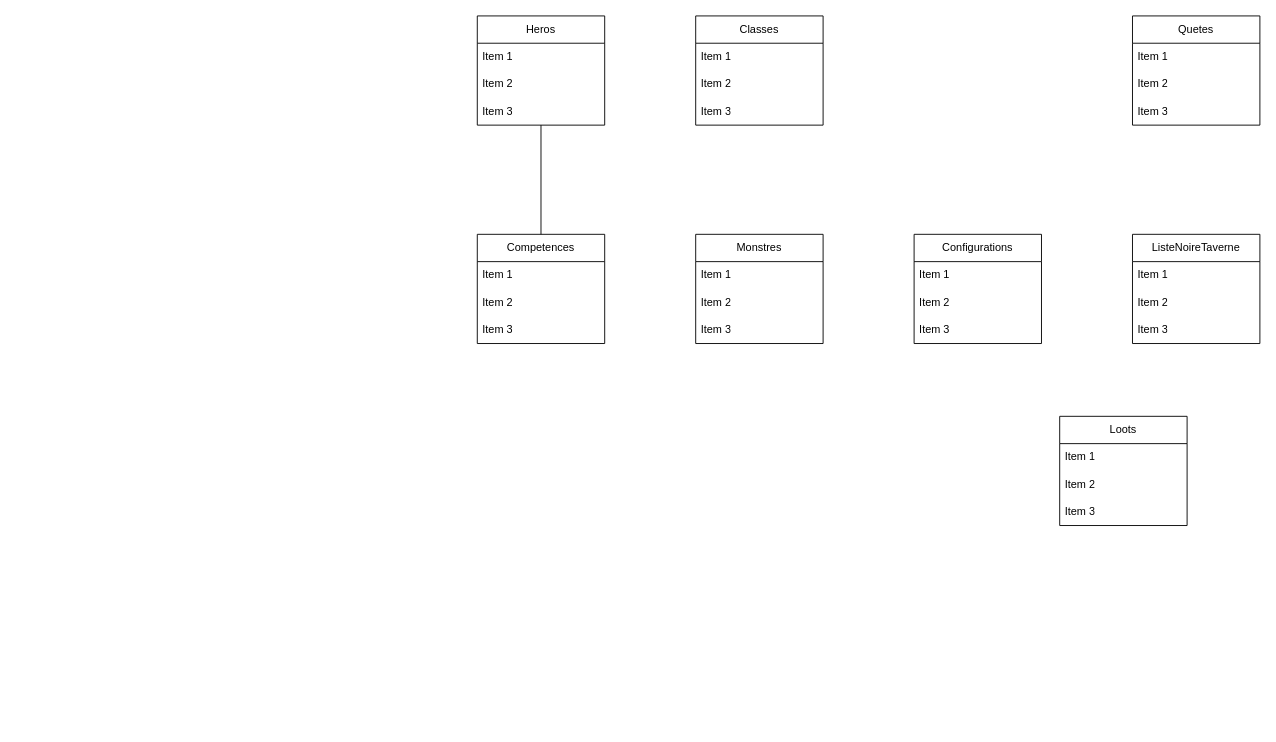
This is BASE_DE_DONNEES_RELATIONNELLE/TP2/2539709.drawio from pedjaceli/Cegep-S2, a draw.io file, before an edit. Source tidied: cells renumbered, new cells numbered last; positions are measured from the earlier drawing's top-left corner, leaving out a move shared by most shapes. Both pictures are drawn from the tidied source at 91%, with x=0, y=0 at pixel (477, 15).
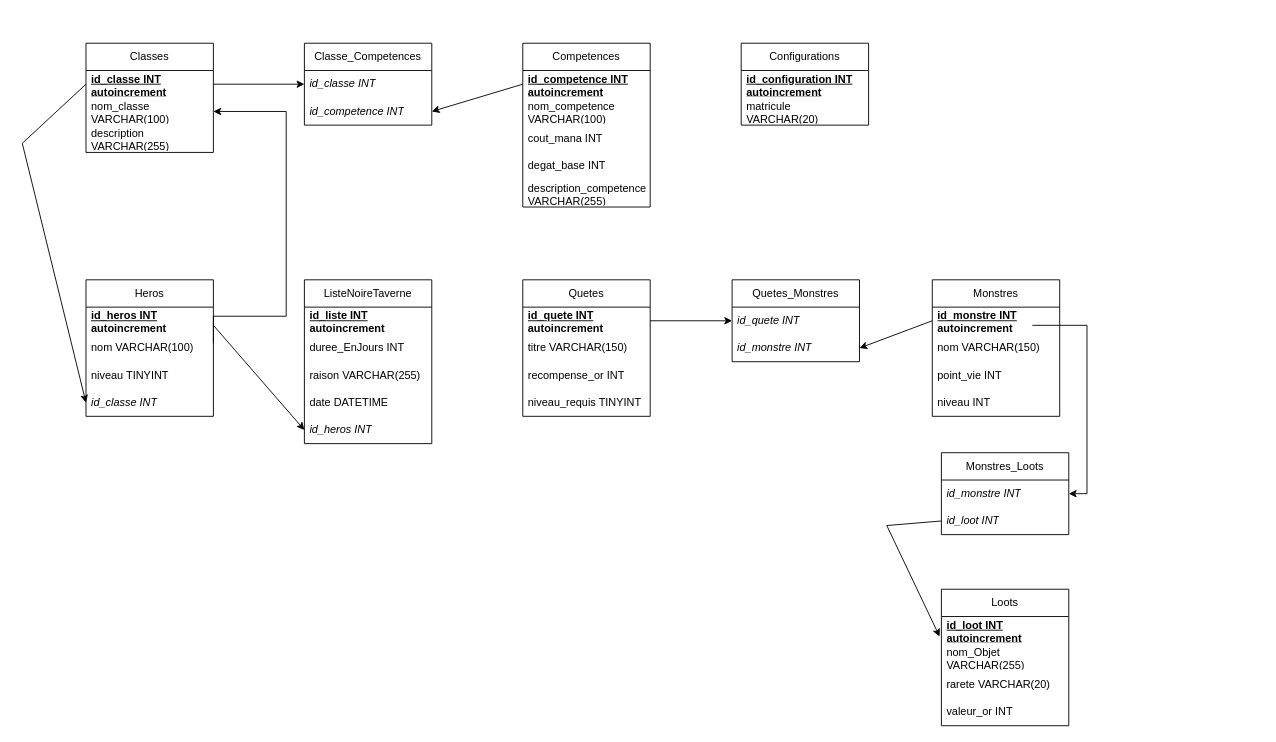
The same page after the edit.

The edit, as a diff of the source:
```diff
@@
     <mxCell id="2" value="Heros" style="swimlane;fontStyle=0;horizontal=1;startSize=30;whiteSpace=wrap;html=1;" parent="1" vertex="1">
-      <mxGeometry width="140" height="120" as="geometry" />
+      <mxGeometry x="-430" y="290" width="140" height="150" as="geometry" />
     </mxCell>
-    <mxCell id="3" value="Item 1" style="text;strokeColor=none;fillColor=none;align=left;verticalAlign=middle;spacingLeft=4;spacingRight=4;overflow=hidden;whiteSpace=wrap;html=1;" parent="2" vertex="1">
-      <mxGeometry y="30" width="140" height="30" as="geometry" />
-    </mxCell>
-    <mxCell id="4" value="Item 2" style="text;strokeColor=none;fillColor=none;align=left;verticalAlign=middle;spacingLeft=4;spacingRight=4;overflow=hidden;whiteSpace=wrap;html=1;" parent="2" vertex="1">
-      <mxGeometry y="60" width="140" height="30" as="geometry" />
+    <mxCell id="4" value="&lt;u&gt;&lt;b&gt;id_heros INT autoincrement&lt;/b&gt;&lt;/u&gt;" style="text;strokeColor=none;fillColor=none;align=left;verticalAlign=middle;spacingLeft=4;spacingRight=4;overflow=hidden;whiteSpace=wrap;html=1;" parent="2" vertex="1">
+      <mxGeometry y="30" width="140" height="30" as="geometry" />
     </mxCell>
-    <mxCell id="5" value="Item 3" style="text;strokeColor=none;fillColor=none;align=left;verticalAlign=middle;spacingLeft=4;spacingRight=4;overflow=hidden;whiteSpace=wrap;html=1;" parent="2" vertex="1">
-      <mxGeometry y="90" width="140" height="30" as="geometry" />
-    </mxCell>
+    <mxCell id="35" value="nom VARCHAR(100)" style="text;strokeColor=none;fillColor=none;align=left;verticalAlign=middle;spacingLeft=4;spacingRight=4;overflow=hidden;whiteSpace=wrap;html=1;" parent="2" vertex="1">
+      <mxGeometry y="60" width="140" height="30" as="geometry" />
+    </mxCell>
+    <mxCell id="36" value="niveau TINYINT" style="text;strokeColor=none;fillColor=none;align=left;verticalAlign=middle;spacingLeft=4;spacingRight=4;overflow=hidden;whiteSpace=wrap;html=1;" parent="2" vertex="1">
+      <mxGeometry y="90" width="140" height="30" as="geometry" />
+    </mxCell>
+    <mxCell id="37" value="&lt;i&gt;id_classe INT&lt;/i&gt;" style="text;strokeColor=none;fillColor=none;align=left;verticalAlign=middle;spacingLeft=4;spacingRight=4;overflow=hidden;points=[[0,0.5],[1,0.5]];portConstraint=eastwest;whiteSpace=wrap;html=1;" parent="2" vertex="1">
+      <mxGeometry y="120" width="140" height="30" as="geometry" />
+    </mxCell>
     <mxCell id="6" value="Classes" style="swimlane;fontStyle=0;horizontal=1;startSize=30;whiteSpace=wrap;html=1;" parent="1" vertex="1">
-      <mxGeometry x="240" width="140" height="120" as="geometry" />
+      <mxGeometry x="-430" y="30" width="140" height="120" as="geometry" />
     </mxCell>
-    <mxCell id="7" value="Item 1" style="text;strokeColor=none;fillColor=none;align=left;verticalAlign=middle;spacingLeft=4;spacingRight=4;overflow=hidden;points=[[0,0.5],[1,0.5]];portConstraint=eastwest;whiteSpace=wrap;html=1;" parent="6" vertex="1">
+    <mxCell id="7" value="&lt;b&gt;&lt;u&gt;id_classe INT autoincrement&lt;/u&gt;&lt;/b&gt;" style="text;strokeColor=none;fillColor=none;align=left;verticalAlign=middle;spacingLeft=4;spacingRight=4;overflow=hidden;points=[[0,0.5],[1,0.5]];portConstraint=eastwest;whiteSpace=wrap;html=1;" parent="6" vertex="1">
       <mxGeometry y="30" width="140" height="30" as="geometry" />
     </mxCell>
-    <mxCell id="8" value="Item 2" style="text;strokeColor=none;fillColor=none;align=left;verticalAlign=middle;spacingLeft=4;spacingRight=4;overflow=hidden;points=[[0,0.5],[1,0.5]];portConstraint=eastwest;whiteSpace=wrap;html=1;" parent="6" vertex="1">
+    <mxCell id="8" value="nom_classe VARCHAR(100)" style="text;strokeColor=none;fillColor=none;align=left;verticalAlign=middle;spacingLeft=4;spacingRight=4;overflow=hidden;points=[[0,0.5],[1,0.5]];portConstraint=eastwest;whiteSpace=wrap;html=1;" parent="6" vertex="1">
       <mxGeometry y="60" width="140" height="30" as="geometry" />
     </mxCell>
-    <mxCell id="9" value="Item 3" style="text;strokeColor=none;fillColor=none;align=left;verticalAlign=middle;spacingLeft=4;spacingRight=4;overflow=hidden;whiteSpace=wrap;html=1;" parent="6" vertex="1">
-      <mxGeometry y="90" width="140" height="30" as="geometry" />
-    </mxCell>
+    <mxCell id="38" value="description VARCHAR(255)" style="text;strokeColor=none;fillColor=none;align=left;verticalAlign=middle;spacingLeft=4;spacingRight=4;overflow=hidden;whiteSpace=wrap;html=1;" parent="6" vertex="1">
+      <mxGeometry y="90" width="140" height="30" as="geometry" />
+    </mxCell>
     <mxCell id="10" value="Competences" style="swimlane;fontStyle=0;horizontal=1;startSize=30;whiteSpace=wrap;html=1;" parent="1" vertex="1">
-      <mxGeometry y="240" width="140" height="120" as="geometry" />
+      <mxGeometry x="50" y="30" width="140" height="180" as="geometry" />
     </mxCell>
-    <mxCell id="11" value="Item 1" style="text;strokeColor=none;fillColor=none;align=left;verticalAlign=middle;spacingLeft=4;spacingRight=4;overflow=hidden;points=[[0,0.5],[1,0.5]];portConstraint=eastwest;whiteSpace=wrap;html=1;" parent="10" vertex="1">
+    <mxCell id="11" value="&lt;u&gt;&lt;b&gt;id_competence INT autoincrement&lt;/b&gt;&lt;/u&gt;" style="text;strokeColor=none;fillColor=none;align=left;verticalAlign=middle;spacingLeft=4;spacingRight=4;overflow=hidden;points=[[0,0.5],[1,0.5]];portConstraint=eastwest;whiteSpace=wrap;html=1;" parent="10" vertex="1">
       <mxGeometry y="30" width="140" height="30" as="geometry" />
     </mxCell>
-    <mxCell id="12" value="Item 2" style="text;strokeColor=none;fillColor=none;align=left;verticalAlign=middle;spacingLeft=4;spacingRight=4;overflow=hidden;whiteSpace=wrap;html=1;" parent="10" vertex="1">
+    <mxCell id="12" value="nom_competence VARCHAR(100)" style="text;strokeColor=none;fillColor=none;align=left;verticalAlign=middle;spacingLeft=4;spacingRight=4;overflow=hidden;whiteSpace=wrap;html=1;" parent="10" vertex="1">
       <mxGeometry y="60" width="140" height="30" as="geometry" />
     </mxCell>
-    <mxCell id="13" value="Item 3" style="text;strokeColor=none;fillColor=none;align=left;verticalAlign=middle;spacingLeft=4;spacingRight=4;overflow=hidden;whiteSpace=wrap;html=1;" parent="10" vertex="1">
+    <mxCell id="13" value="cout_mana INT" style="text;strokeColor=none;fillColor=none;align=left;verticalAlign=middle;spacingLeft=4;spacingRight=4;overflow=hidden;whiteSpace=wrap;html=1;" parent="10" vertex="1">
       <mxGeometry y="90" width="140" height="30" as="geometry" />
     </mxCell>
+    <mxCell id="39" value="degat_base INT" style="text;strokeColor=none;fillColor=none;align=left;verticalAlign=middle;spacingLeft=4;spacingRight=4;overflow=hidden;whiteSpace=wrap;html=1;" parent="10" vertex="1">
+      <mxGeometry y="120" width="140" height="30" as="geometry" />
+    </mxCell>
+    <mxCell id="40" value="description_competence VARCHAR(255)" style="text;strokeColor=none;fillColor=none;align=left;verticalAlign=middle;spacingLeft=4;spacingRight=4;overflow=hidden;whiteSpace=wrap;html=1;" parent="10" vertex="1">
+      <mxGeometry y="150" width="140" height="30" as="geometry" />
+    </mxCell>
     <mxCell id="14" value="Quetes" style="swimlane;fontStyle=0;horizontal=1;startSize=30;whiteSpace=wrap;html=1;" parent="1" vertex="1">
-      <mxGeometry x="720" width="140" height="120" as="geometry" />
+      <mxGeometry x="50" y="290" width="140" height="150" as="geometry" />
     </mxCell>
-    <mxCell id="15" value="Item 1" style="text;strokeColor=none;fillColor=none;align=left;verticalAlign=middle;spacingLeft=4;spacingRight=4;overflow=hidden;points=[[0,0.5],[1,0.5]];portConstraint=eastwest;whiteSpace=wrap;html=1;" parent="14" vertex="1">
+    <mxCell id="15" value="&lt;b&gt;&lt;u&gt;id_quete INT autoincrement&lt;/u&gt;&lt;/b&gt;" style="text;strokeColor=none;fillColor=none;align=left;verticalAlign=middle;spacingLeft=4;spacingRight=4;overflow=hidden;points=[[0,0.5],[1,0.5]];portConstraint=eastwest;whiteSpace=wrap;html=1;" parent="14" vertex="1">
       <mxGeometry y="30" width="140" height="30" as="geometry" />
     </mxCell>
-    <mxCell id="16" value="Item 2" style="text;strokeColor=none;fillColor=none;align=left;verticalAlign=middle;spacingLeft=4;spacingRight=4;overflow=hidden;whiteSpace=wrap;html=1;" parent="14" vertex="1">
+    <mxCell id="16" value="titre VARCHAR(150)" style="text;strokeColor=none;fillColor=none;align=left;verticalAlign=middle;spacingLeft=4;spacingRight=4;overflow=hidden;whiteSpace=wrap;html=1;" parent="14" vertex="1">
       <mxGeometry y="60" width="140" height="30" as="geometry" />
     </mxCell>
-    <mxCell id="17" value="Item 3" style="text;strokeColor=none;fillColor=none;align=left;verticalAlign=middle;spacingLeft=4;spacingRight=4;overflow=hidden;whiteSpace=wrap;html=1;" parent="14" vertex="1">
+    <mxCell id="17" value="recompense_or INT" style="text;strokeColor=none;fillColor=none;align=left;verticalAlign=middle;spacingLeft=4;spacingRight=4;overflow=hidden;whiteSpace=wrap;html=1;" parent="14" vertex="1">
       <mxGeometry y="90" width="140" height="30" as="geometry" />
     </mxCell>
+    <mxCell id="41" value="niveau_requis TINYINT" style="text;strokeColor=none;fillColor=none;align=left;verticalAlign=middle;spacingLeft=4;spacingRight=4;overflow=hidden;whiteSpace=wrap;html=1;" parent="14" vertex="1">
+      <mxGeometry y="120" width="140" height="30" as="geometry" />
+    </mxCell>
     <mxCell id="18" value="Loots" style="swimlane;fontStyle=0;horizontal=1;startSize=30;whiteSpace=wrap;html=1;" parent="1" vertex="1">
-      <mxGeometry x="640" y="440" width="140" height="120" as="geometry" />
+      <mxGeometry x="510" y="630" width="140" height="150" as="geometry" />
     </mxCell>
-    <mxCell id="19" value="Item 1" style="text;strokeColor=none;fillColor=none;align=left;verticalAlign=middle;spacingLeft=4;spacingRight=4;overflow=hidden;points=[[0,0.5],[1,0.5]];portConstraint=eastwest;whiteSpace=wrap;html=1;" parent="18" vertex="1">
+    <mxCell id="19" value="&lt;u&gt;&lt;b&gt;id_loot INT autoincrement&lt;/b&gt;&lt;/u&gt;" style="text;strokeColor=none;fillColor=none;align=left;verticalAlign=middle;spacingLeft=4;spacingRight=4;overflow=hidden;points=[[0,0.5],[1,0.5]];portConstraint=eastwest;whiteSpace=wrap;html=1;" parent="18" vertex="1">
       <mxGeometry y="30" width="140" height="30" as="geometry" />
     </mxCell>
-    <mxCell id="20" value="Item 2" style="text;strokeColor=none;fillColor=none;align=left;verticalAlign=middle;spacingLeft=4;spacingRight=4;overflow=hidden;whiteSpace=wrap;html=1;" parent="18" vertex="1">
+    <mxCell id="20" value="nom_Objet VARCHAR(255)" style="text;strokeColor=none;fillColor=none;align=left;verticalAlign=middle;spacingLeft=4;spacingRight=4;overflow=hidden;whiteSpace=wrap;html=1;" parent="18" vertex="1">
       <mxGeometry y="60" width="140" height="30" as="geometry" />
     </mxCell>
-    <mxCell id="21" value="Item 3" style="text;strokeColor=none;fillColor=none;align=left;verticalAlign=middle;spacingLeft=4;spacingRight=4;overflow=hidden;whiteSpace=wrap;html=1;" parent="18" vertex="1">
+    <mxCell id="21" value="rarete VARCHAR(20)" style="text;strokeColor=none;fillColor=none;align=left;verticalAlign=middle;spacingLeft=4;spacingRight=4;overflow=hidden;whiteSpace=wrap;html=1;" parent="18" vertex="1">
       <mxGeometry y="90" width="140" height="30" as="geometry" />
     </mxCell>
+    <mxCell id="42" value="valeur_or INT" style="text;strokeColor=none;fillColor=none;align=left;verticalAlign=middle;spacingLeft=4;spacingRight=4;overflow=hidden;whiteSpace=wrap;html=1;" parent="18" vertex="1">
+      <mxGeometry y="120" width="140" height="30" as="geometry" />
+    </mxCell>
     <mxCell id="22" value="Monstres" style="swimlane;fontStyle=0;horizontal=1;startSize=30;whiteSpace=wrap;html=1;" parent="1" vertex="1">
-      <mxGeometry x="240" y="240" width="140" height="120" as="geometry" />
+      <mxGeometry x="500" y="290" width="140" height="150" as="geometry" />
     </mxCell>
-    <mxCell id="23" value="Item 1" style="text;strokeColor=none;fillColor=none;align=left;verticalAlign=middle;spacingLeft=4;spacingRight=4;overflow=hidden;points=[[0,0.5],[1,0.5]];portConstraint=eastwest;whiteSpace=wrap;html=1;" parent="22" vertex="1">
+    <mxCell id="23" value="&lt;b&gt;&lt;u&gt;id_monstre INT autoincrement&lt;/u&gt;&lt;/b&gt;" style="text;strokeColor=none;fillColor=none;align=left;verticalAlign=middle;spacingLeft=4;spacingRight=4;overflow=hidden;points=[[0,0.5],[1,0.5]];portConstraint=eastwest;whiteSpace=wrap;html=1;" parent="22" vertex="1">
       <mxGeometry y="30" width="140" height="30" as="geometry" />
     </mxCell>
-    <mxCell id="24" value="Item 2" style="text;strokeColor=none;fillColor=none;align=left;verticalAlign=middle;spacingLeft=4;spacingRight=4;overflow=hidden;whiteSpace=wrap;html=1;" parent="22" vertex="1">
+    <mxCell id="24" value="nom VARCHAR(150)" style="text;strokeColor=none;fillColor=none;align=left;verticalAlign=middle;spacingLeft=4;spacingRight=4;overflow=hidden;whiteSpace=wrap;html=1;" parent="22" vertex="1">
       <mxGeometry y="60" width="140" height="30" as="geometry" />
     </mxCell>
-    <mxCell id="25" value="Item 3" style="text;strokeColor=none;fillColor=none;align=left;verticalAlign=middle;spacingLeft=4;spacingRight=4;overflow=hidden;whiteSpace=wrap;html=1;" parent="22" vertex="1">
+    <mxCell id="25" value="point_vie INT" style="text;strokeColor=none;fillColor=none;align=left;verticalAlign=middle;spacingLeft=4;spacingRight=4;overflow=hidden;whiteSpace=wrap;html=1;" parent="22" vertex="1">
       <mxGeometry y="90" width="140" height="30" as="geometry" />
     </mxCell>
+    <mxCell id="43" value="niveau INT" style="text;strokeColor=none;fillColor=none;align=left;verticalAlign=middle;spacingLeft=4;spacingRight=4;overflow=hidden;whiteSpace=wrap;html=1;" parent="22" vertex="1">
+      <mxGeometry y="120" width="140" height="30" as="geometry" />
+    </mxCell>
     <mxCell id="26" value="Configurations" style="swimlane;fontStyle=0;horizontal=1;startSize=30;whiteSpace=wrap;html=1;" parent="1" vertex="1">
-      <mxGeometry x="480" y="240" width="140" height="120" as="geometry" />
+      <mxGeometry x="290" y="30" width="140" height="90" as="geometry" />
     </mxCell>
-    <mxCell id="27" value="Item 1" style="text;strokeColor=none;fillColor=none;align=left;verticalAlign=middle;spacingLeft=4;spacingRight=4;overflow=hidden;whiteSpace=wrap;html=1;" parent="26" vertex="1">
+    <mxCell id="27" value="&lt;u&gt;&lt;b&gt;id_configuration INT autoincrement&lt;/b&gt;&lt;/u&gt;" style="text;strokeColor=none;fillColor=none;align=left;verticalAlign=middle;spacingLeft=4;spacingRight=4;overflow=hidden;whiteSpace=wrap;html=1;" parent="26" vertex="1">
       <mxGeometry y="30" width="140" height="30" as="geometry" />
     </mxCell>
-    <mxCell id="28" value="Item 2" style="text;strokeColor=none;fillColor=none;align=left;verticalAlign=middle;spacingLeft=4;spacingRight=4;overflow=hidden;whiteSpace=wrap;html=1;" parent="26" vertex="1">
+    <mxCell id="28" value="matricule VARCHAR(20)" style="text;strokeColor=none;fillColor=none;align=left;verticalAlign=middle;spacingLeft=4;spacingRight=4;overflow=hidden;whiteSpace=wrap;html=1;" parent="26" vertex="1">
       <mxGeometry y="60" width="140" height="30" as="geometry" />
     </mxCell>
-    <mxCell id="29" value="Item 3" style="text;strokeColor=none;fillColor=none;align=left;verticalAlign=middle;spacingLeft=4;spacingRight=4;overflow=hidden;whiteSpace=wrap;html=1;" parent="26" vertex="1">
-      <mxGeometry y="90" width="140" height="30" as="geometry" />
-    </mxCell>
     <mxCell id="30" value="ListeNoireTaverne" style="swimlane;fontStyle=0;horizontal=1;startSize=30;whiteSpace=wrap;html=1;" parent="1" vertex="1">
-      <mxGeometry x="720" y="240" width="140" height="120" as="geometry" />
+      <mxGeometry x="-190" y="290" width="140" height="180" as="geometry" />
     </mxCell>
-    <mxCell id="31" value="Item 1" style="text;strokeColor=none;fillColor=none;align=left;verticalAlign=middle;spacingLeft=4;spacingRight=4;overflow=hidden;whiteSpace=wrap;html=1;" parent="30" vertex="1">
+    <mxCell id="31" value="&lt;b&gt;&lt;u&gt;id_liste INT autoincrement&lt;/u&gt;&lt;/b&gt;" style="text;strokeColor=none;fillColor=none;align=left;verticalAlign=middle;spacingLeft=4;spacingRight=4;overflow=hidden;whiteSpace=wrap;html=1;" parent="30" vertex="1">
       <mxGeometry y="30" width="140" height="30" as="geometry" />
     </mxCell>
-    <mxCell id="32" value="Item 2" style="text;strokeColor=none;fillColor=none;align=left;verticalAlign=middle;spacingLeft=4;spacingRight=4;overflow=hidden;whiteSpace=wrap;html=1;" parent="30" vertex="1">
+    <mxCell id="32" value="duree_EnJours INT" style="text;strokeColor=none;fillColor=none;align=left;verticalAlign=middle;spacingLeft=4;spacingRight=4;overflow=hidden;whiteSpace=wrap;html=1;" parent="30" vertex="1">
       <mxGeometry y="60" width="140" height="30" as="geometry" />
     </mxCell>
-    <mxCell id="33" value="Item 3" style="text;strokeColor=none;fillColor=none;align=left;verticalAlign=middle;spacingLeft=4;spacingRight=4;overflow=hidden;whiteSpace=wrap;html=1;" parent="30" vertex="1">
+    <mxCell id="33" value="raison VARCHAR(255)" style="text;strokeColor=none;fillColor=none;align=left;verticalAlign=middle;spacingLeft=4;spacingRight=4;overflow=hidden;whiteSpace=wrap;html=1;" parent="30" vertex="1">
       <mxGeometry y="90" width="140" height="30" as="geometry" />
     </mxCell>
-    <mxCell id="34" style="endArrow=none;html=1;rounded=0;entryX=0.5;entryY=1;entryDx=0;entryDy=0;exitX=0.5;exitY=0;exitDx=0;exitDy=0;" parent="1" edge="1" source="10" target="2">
-      <mxGeometry relative="1" as="geometry" />
-    </mxCell>
+    <mxCell id="44" value="date DATETIME" style="text;strokeColor=none;fillColor=none;align=left;verticalAlign=middle;spacingLeft=4;spacingRight=4;overflow=hidden;whiteSpace=wrap;html=1;" parent="30" vertex="1">
+      <mxGeometry y="120" width="140" height="30" as="geometry" />
+    </mxCell>
+    <mxCell id="45" value="&lt;i&gt;id_heros INT&lt;/i&gt;" style="text;strokeColor=none;fillColor=none;align=left;verticalAlign=middle;spacingLeft=4;spacingRight=4;overflow=hidden;points=[[0,0.5],[1,0.5]];portConstraint=eastwest;whiteSpace=wrap;html=1;" parent="30" vertex="1">
+      <mxGeometry y="150" width="140" height="30" as="geometry" />
+    </mxCell>
+    <mxCell id="46" value="Classe_Competences" style="swimlane;fontStyle=0;horizontal=1;startSize=30;whiteSpace=wrap;html=1;" parent="1" vertex="1">
+      <mxGeometry x="-190" y="30" width="140" height="90" as="geometry" />
+    </mxCell>
+    <mxCell id="47" value="&lt;i&gt;id_classe INT&lt;/i&gt;" style="text;strokeColor=none;fillColor=none;align=left;verticalAlign=middle;spacingLeft=4;spacingRight=4;overflow=hidden;points=[[0,0.5],[1,0.5]];portConstraint=eastwest;whiteSpace=wrap;html=1;" parent="46" vertex="1">
+      <mxGeometry y="30" width="140" height="30" as="geometry" />
+    </mxCell>
+    <mxCell id="48" value="&lt;i&gt;id_competence INT&lt;/i&gt;" style="text;strokeColor=none;fillColor=none;align=left;verticalAlign=middle;spacingLeft=4;spacingRight=4;overflow=hidden;points=[[0,0.5],[1,0.5]];portConstraint=eastwest;whiteSpace=wrap;html=1;" parent="46" vertex="1">
+      <mxGeometry y="60" width="140" height="30" as="geometry" />
+    </mxCell>
+    <mxCell id="49" value="Monstres_Loots" style="swimlane;fontStyle=0;horizontal=1;startSize=30;whiteSpace=wrap;html=1;" parent="1" vertex="1">
+      <mxGeometry x="510" y="480" width="140" height="90" as="geometry" />
+    </mxCell>
+    <mxCell id="50" value="&lt;i&gt;id_monstre INT&lt;/i&gt;" style="text;strokeColor=none;fillColor=none;align=left;verticalAlign=middle;spacingLeft=4;spacingRight=4;overflow=hidden;whiteSpace=wrap;html=1;" parent="49" vertex="1">
+      <mxGeometry y="30" width="140" height="30" as="geometry" />
+    </mxCell>
+    <mxCell id="51" value="&lt;i&gt;id_loot INT&lt;/i&gt;" style="text;strokeColor=none;fillColor=none;align=left;verticalAlign=middle;spacingLeft=4;spacingRight=4;overflow=hidden;points=[[0,0.5],[1,0.5]];portConstraint=eastwest;whiteSpace=wrap;html=1;" parent="49" vertex="1">
+      <mxGeometry y="60" width="140" height="30" as="geometry" />
+    </mxCell>
+    <mxCell id="52" value="Quetes_Monstres" style="swimlane;fontStyle=0;horizontal=1;startSize=30;whiteSpace=wrap;html=1;" parent="1" vertex="1">
+      <mxGeometry x="280" y="290" width="140" height="90" as="geometry" />
+    </mxCell>
+    <mxCell id="53" value="&lt;i&gt;id_quete INT&lt;/i&gt;" style="text;strokeColor=none;fillColor=none;align=left;verticalAlign=middle;spacingLeft=4;spacingRight=4;overflow=hidden;whiteSpace=wrap;html=1;" parent="52" vertex="1">
+      <mxGeometry y="30" width="140" height="30" as="geometry" />
+    </mxCell>
+    <mxCell id="54" value="&lt;i&gt;id_monstre INT&lt;/i&gt;" style="text;strokeColor=none;fillColor=none;align=left;verticalAlign=middle;spacingLeft=4;spacingRight=4;overflow=hidden;points=[[0,0.5],[1,0.5]];portConstraint=eastwest;whiteSpace=wrap;html=1;" parent="52" vertex="1">
+      <mxGeometry y="60" width="140" height="30" as="geometry" />
+    </mxCell>
+    <mxCell id="55" style="endArrow=classic;html=1;rounded=0;entryX=0;entryY=0.5;entryDx=0;entryDy=0;exitX=1;exitY=0.5;exitDx=0;exitDy=0;" parent="1" edge="1" source="7" target="47">
+      <mxGeometry relative="1" as="geometry" />
+    </mxCell>
+    <mxCell id="56" style="endArrow=classic;html=1;rounded=0;exitX=0;exitY=0.5;exitDx=0;exitDy=0;entryX=1;entryY=0.5;entryDx=0;entryDy=0;" parent="1" edge="1" source="11" target="48">
+      <mxGeometry relative="1" as="geometry" />
+    </mxCell>
+    <mxCell id="57" style="endArrow=classic;html=1;rounded=0;edgeStyle=orthogonalEdgeStyle;exitX=1;exitY=0.667;exitDx=0;exitDy=0;exitPerimeter=0;entryX=1;entryY=0.5;entryDx=0;entryDy=0;" parent="1" edge="1" target="8">
+      <mxGeometry relative="1" as="geometry">
+        <mxPoint x="-290" y="360" as="sourcePoint" />
+        <Array as="points">
+          <mxPoint x="-290" y="330" />
+          <mxPoint x="-210" y="330" />
+          <mxPoint x="-210" y="105" />
+        </Array>
+      </mxGeometry>
+    </mxCell>
+    <mxCell id="58" style="endArrow=classic;html=1;rounded=0;entryX=0;entryY=0.5;entryDx=0;entryDy=0;" parent="1" edge="1" target="45">
+      <mxGeometry relative="1" as="geometry">
+        <mxPoint x="-290" y="340" as="sourcePoint" />
+      </mxGeometry>
+    </mxCell>
+    <mxCell id="59" style="endArrow=classic;html=1;rounded=0;entryX=0;entryY=0.5;entryDx=0;entryDy=0;exitX=1;exitY=0.5;exitDx=0;exitDy=0;" parent="1" edge="1" source="15" target="52">
+      <mxGeometry relative="1" as="geometry" />
+    </mxCell>
+    <mxCell id="60" style="endArrow=classic;html=1;rounded=0;exitX=0;exitY=0.5;exitDx=0;exitDy=0;entryX=1;entryY=0.5;entryDx=0;entryDy=0;" parent="1" edge="1" source="23" target="54">
+      <mxGeometry relative="1" as="geometry" />
+    </mxCell>
+    <mxCell id="61" style="endArrow=classic;html=1;rounded=0;edgeStyle=orthogonalEdgeStyle;entryX=1;entryY=0.5;entryDx=0;entryDy=0;" parent="1" edge="1" target="49">
+      <mxGeometry relative="1" as="geometry">
+        <mxPoint x="610" y="340" as="sourcePoint" />
+        <Array as="points">
+          <mxPoint x="670" y="340" />
+          <mxPoint x="670" y="525" />
+        </Array>
+      </mxGeometry>
+    </mxCell>
+    <mxCell id="62" style="endArrow=classic;html=1;rounded=0;entryX=-0.014;entryY=0.733;entryDx=0;entryDy=0;entryPerimeter=0;exitX=0;exitY=0.5;exitDx=0;exitDy=0;" parent="1" edge="1" source="51" target="19">
+      <mxGeometry relative="1" as="geometry">
+        <Array as="points">
+          <mxPoint x="450" y="560" />
+        </Array>
+      </mxGeometry>
+    </mxCell>
+    <mxCell id="63" style="endArrow=classic;html=1;rounded=0;exitX=0;exitY=0.5;exitDx=0;exitDy=0;entryX=0;entryY=0.5;entryDx=0;entryDy=0;" parent="1" edge="1" source="7" target="37">
+      <mxGeometry relative="1" as="geometry">
+        <Array as="points">
+          <mxPoint x="-500" y="140" />
+        </Array>
+      </mxGeometry>
+    </mxCell>
```
